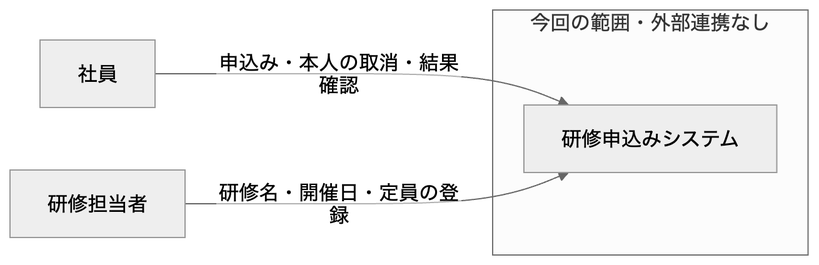
The Mermaid diagram docs/artifacts/skills/write-basic-design-document/out/diagrams/d-01-context.png in yukihito-jokyu/context, before a commit. Its source is kept beside it as docs/artifacts/skills/write-basic-design-document/out/diagrams/d-01-context.mmd. Its diagram source:
```mermaid
flowchart LR
  employee["社員"] -->|"申込み・本人の取消・結果確認"| app["研修申込みシステム"]
  manager["研修担当者"] -->|"研修名・開催日・定員の登録"| app
  subgraph boundary["今回の範囲・外部連携なし"]
    app
  end
```
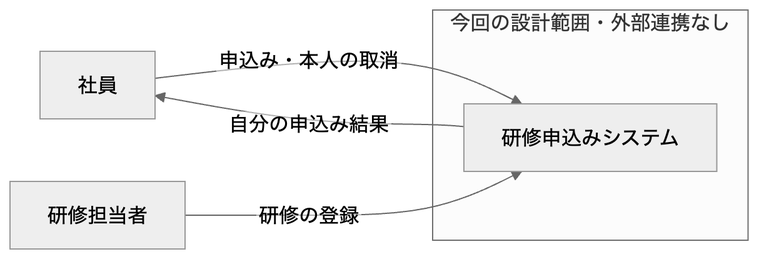
The same diagram one commit later.

The edit, as a diff of the source:
```diff
@@ -1,6 +1,9 @@
 flowchart LR
-  employee["社員"] -->|"申込み・本人の取消・結果確認"| app["研修申込みシステム"]
-  manager["研修担当者"] -->|"研修名・開催日・定員の登録"| app
-  subgraph boundary["今回の範囲・外部連携なし"]
-    app
+  employee["社員"]
+  manager["研修担当者"]
+  subgraph target["今回の設計範囲・外部連携なし"]
+    app["研修申込みシステム"]
   end
+  employee -->|"申込み・本人の取消"| app
+  app -->|"自分の申込み結果"| employee
+  manager -->|"研修の登録"| app
```
